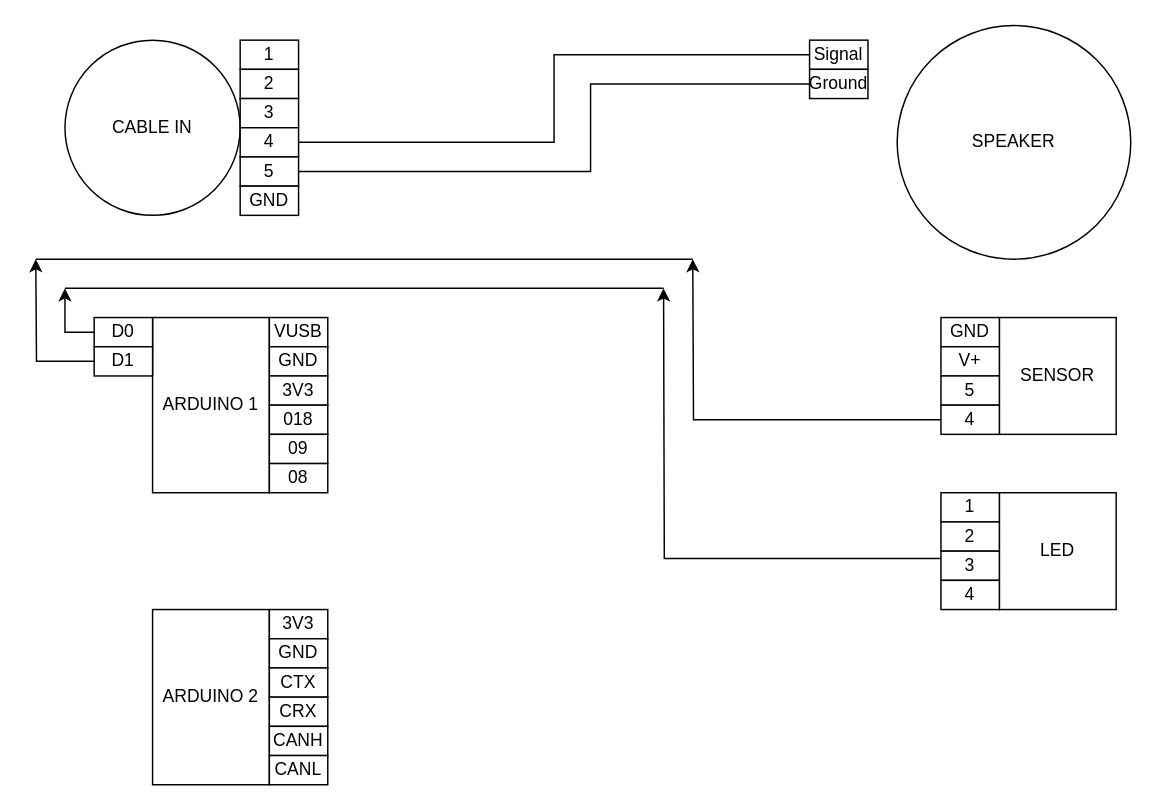
maradanovic/drawio keeps this draw.io diagram as Speaker schematics.drawio. Above is the earlier version. Source tidied: cells renumbered, new cells numbered last; positions are measured from the earlier drawing's top-left corner, leaving out a move shared by most shapes. Both pictures are drawn from the tidied source at 146%, with x=0, y=0 at pixel (35, 25).
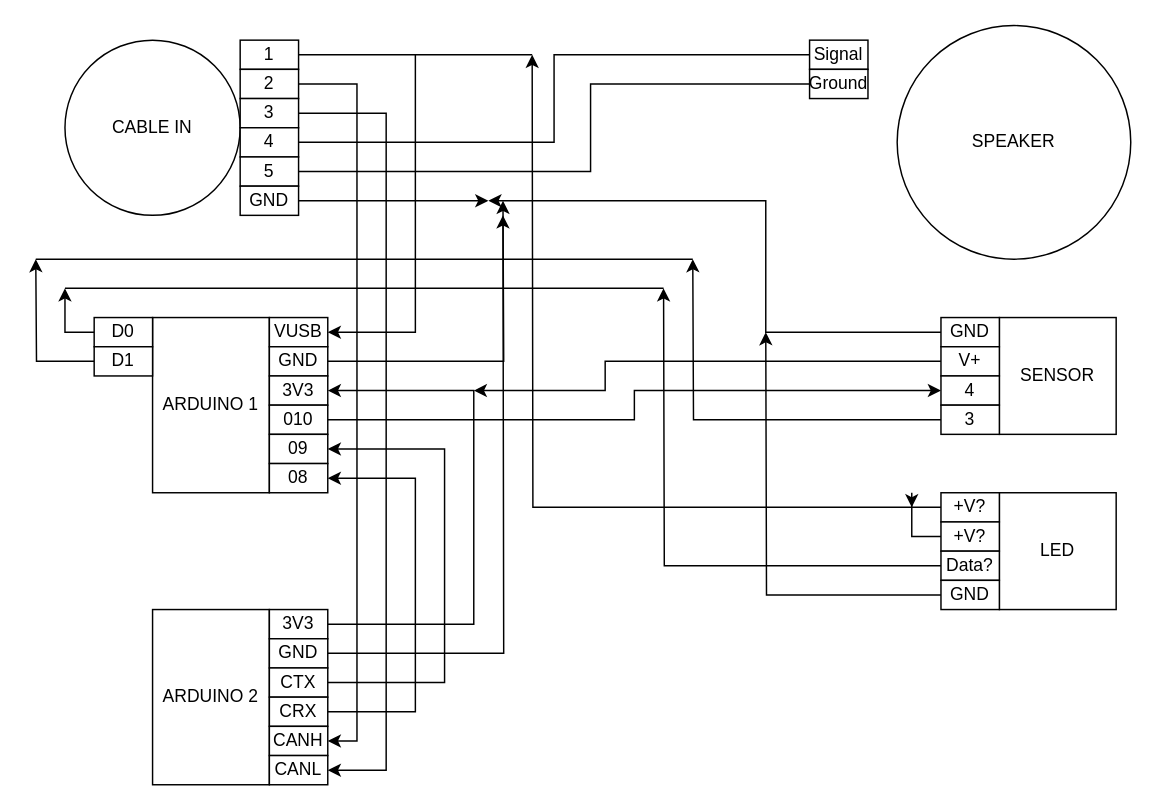
After the change.

The change refers to these unchanged cells:
```xml
<mxCell id="6" value="1" style="rounded=0;whiteSpace=wrap;html=1;" parent="1" vertex="1">
  <mxGeometry x="140" y="10" width="40" height="20" as="geometry" />
</mxCell>
<mxCell id="7" value="2" style="rounded=0;whiteSpace=wrap;html=1;" parent="1" vertex="1">
  <mxGeometry x="140" y="30" width="40" height="20" as="geometry" />
</mxCell>
<mxCell id="8" value="3" style="rounded=0;whiteSpace=wrap;html=1;" parent="1" vertex="1">
  <mxGeometry x="140" y="50" width="40" height="20" as="geometry" />
</mxCell>
<mxCell id="13" value="GND" style="rounded=0;whiteSpace=wrap;html=1;" parent="1" vertex="1">
  <mxGeometry x="140" y="110" width="40" height="20" as="geometry" />
</mxCell>
<mxCell id="22" value="GND" style="rounded=0;whiteSpace=wrap;html=1;" parent="1" vertex="1">
  <mxGeometry x="620" y="200" width="40" height="20" as="geometry" />
</mxCell>
<mxCell id="23" value="V+" style="rounded=0;whiteSpace=wrap;html=1;" parent="1" vertex="1">
  <mxGeometry x="620" y="220" width="40" height="20" as="geometry" />
</mxCell>
<mxCell id="31" value="VUSB" style="rounded=0;whiteSpace=wrap;html=1;" parent="1" vertex="1">
  <mxGeometry x="160" y="200" width="40" height="20" as="geometry" />
</mxCell>
<mxCell id="32" value="GND" style="rounded=0;whiteSpace=wrap;html=1;" parent="1" vertex="1">
  <mxGeometry x="160" y="220" width="40" height="20" as="geometry" />
</mxCell>
<mxCell id="33" value="3V3" style="rounded=0;whiteSpace=wrap;html=1;" parent="1" vertex="1">
  <mxGeometry x="160" y="240" width="40" height="20" as="geometry" />
</mxCell>
<mxCell id="35" value="09" style="rounded=0;whiteSpace=wrap;html=1;" parent="1" vertex="1">
  <mxGeometry x="160" y="280" width="40" height="20" as="geometry" />
</mxCell>
<mxCell id="36" value="08" style="rounded=0;whiteSpace=wrap;html=1;" parent="1" vertex="1">
  <mxGeometry x="160" y="300" width="40" height="20" as="geometry" />
</mxCell>
<mxCell id="38" value="3V3" style="rounded=0;whiteSpace=wrap;html=1;" parent="1" vertex="1">
  <mxGeometry x="160" y="400" width="40" height="20" as="geometry" />
</mxCell>
<mxCell id="39" value="GND" style="rounded=0;whiteSpace=wrap;html=1;" parent="1" vertex="1">
  <mxGeometry x="160" y="420" width="40" height="20" as="geometry" />
</mxCell>
<mxCell id="40" value="CTX" style="rounded=0;whiteSpace=wrap;html=1;" parent="1" vertex="1">
  <mxGeometry x="160" y="440" width="40" height="20" as="geometry" />
</mxCell>
<mxCell id="41" value="CRX" style="rounded=0;whiteSpace=wrap;html=1;" parent="1" vertex="1">
  <mxGeometry x="160" y="460" width="40" height="20" as="geometry" />
</mxCell>
<mxCell id="42" value="CANH" style="rounded=0;whiteSpace=wrap;html=1;" parent="1" vertex="1">
  <mxGeometry x="160" y="480" width="40" height="20" as="geometry" />
</mxCell>
<mxCell id="43" value="CANL" style="rounded=0;whiteSpace=wrap;html=1;" parent="1" vertex="1">
  <mxGeometry x="160" y="500" width="40" height="20" as="geometry" />
</mxCell>
```

The edit, as a diff of the source:
```diff
@@
+    <mxCell id="46" style="edgeStyle=orthogonalEdgeStyle;rounded=0;jettySize=auto;html=1;entryX=1;entryY=0.5;entryDx=0;entryDy=0;" parent="1" edge="1" source="6" target="31">
+      <mxGeometry relative="1" as="geometry">
+        <Array as="points">
+          <mxPoint x="260" y="20" />
+          <mxPoint x="260" y="210" />
+        </Array>
+      </mxGeometry>
+    </mxCell>
@@
+    <mxCell id="47" style="edgeStyle=orthogonalEdgeStyle;rounded=0;jettySize=auto;html=1;entryX=1;entryY=0.5;entryDx=0;entryDy=0;" parent="1" edge="1" source="7" target="42">
+      <mxGeometry relative="1" as="geometry">
+        <Array as="points">
+          <mxPoint x="220" y="40" />
+          <mxPoint x="220" y="490" />
+        </Array>
+      </mxGeometry>
+    </mxCell>
@@
+    <mxCell id="48" style="edgeStyle=orthogonalEdgeStyle;rounded=0;jettySize=auto;html=1;entryX=1;entryY=0.5;entryDx=0;entryDy=0;" parent="1" edge="1" source="8" target="43">
+      <mxGeometry relative="1" as="geometry">
+        <Array as="points">
+          <mxPoint x="240" y="60" />
+          <mxPoint x="240" y="510" />
+        </Array>
+      </mxGeometry>
+    </mxCell>
@@
+    <mxCell id="49" style="edgeStyle=orthogonalEdgeStyle;rounded=0;jettySize=auto;html=1;" parent="1" edge="1" source="13">
+      <mxGeometry relative="1" as="geometry">
+        <mxPoint x="310" y="120" as="targetPoint" />
+      </mxGeometry>
+    </mxCell>
@@
+    <mxCell id="50" style="edgeStyle=orthogonalEdgeStyle;rounded=0;jettySize=auto;html=1;" parent="1" edge="1" source="17">
+      <mxGeometry relative="1" as="geometry">
+        <mxPoint x="340" y="20" as="targetPoint" />
+      </mxGeometry>
+    </mxCell>
-    <mxCell id="17" value="1" style="rounded=0;whiteSpace=wrap;html=1;" parent="1" vertex="1">
+    <mxCell id="17" value="+V?" style="rounded=0;whiteSpace=wrap;html=1;" parent="1" vertex="1">
       <mxGeometry x="620" y="320" width="40" height="20" as="geometry" />
     </mxCell>
+    <mxCell id="51" style="edgeStyle=orthogonalEdgeStyle;rounded=0;jettySize=auto;html=1;" parent="1" edge="1" source="18">
+      <mxGeometry relative="1" as="geometry">
+        <mxPoint x="600" y="330" as="targetPoint" />
+      </mxGeometry>
+    </mxCell>
-    <mxCell id="18" value="2" style="rounded=0;whiteSpace=wrap;html=1;" parent="1" vertex="1">
+    <mxCell id="18" value="&lt;div&gt;+V?&lt;/div&gt;" style="rounded=0;whiteSpace=wrap;html=1;" parent="1" vertex="1">
       <mxGeometry x="620" y="340" width="40" height="20" as="geometry" />
     </mxCell>
-    <mxCell id="19" style="edgeStyle=orthogonalEdgeStyle;rounded=0;jettySize=auto;html=1;exitX=0;exitY=0.25;exitDx=0;exitDy=0;" parent="1" edge="1" source="20">
+    <mxCell id="19" style="edgeStyle=orthogonalEdgeStyle;rounded=0;jettySize=auto;html=1;exitX=0;exitY=0.5;exitDx=0;exitDy=0;" parent="1" edge="1" source="20">
       <mxGeometry relative="1" as="geometry">
         <mxPoint x="430" y="180" as="targetPoint" />
       </mxGeometry>
     </mxCell>
-    <mxCell id="20" value="3" style="rounded=0;whiteSpace=wrap;html=1;" parent="1" vertex="1">
+    <mxCell id="20" value="Data?" style="rounded=0;whiteSpace=wrap;html=1;" parent="1" vertex="1">
       <mxGeometry x="620" y="360" width="40" height="20" as="geometry" />
     </mxCell>
+    <mxCell id="52" style="edgeStyle=orthogonalEdgeStyle;rounded=0;jettySize=auto;html=1;" parent="1" edge="1" source="21">
+      <mxGeometry relative="1" as="geometry">
+        <mxPoint x="500" y="210" as="targetPoint" />
+      </mxGeometry>
+    </mxCell>
-    <mxCell id="21" value="4" style="rounded=0;whiteSpace=wrap;html=1;" parent="1" vertex="1">
+    <mxCell id="21" value="GND" style="rounded=0;whiteSpace=wrap;html=1;" parent="1" vertex="1">
       <mxGeometry x="620" y="380" width="40" height="20" as="geometry" />
     </mxCell>
+    <mxCell id="53" style="edgeStyle=orthogonalEdgeStyle;rounded=0;jettySize=auto;html=1;" parent="1" edge="1" source="22">
+      <mxGeometry relative="1" as="geometry">
+        <mxPoint x="310" y="120" as="targetPoint" />
+        <Array as="points">
+          <mxPoint x="500" y="210" />
+          <mxPoint x="500" y="120" />
+        </Array>
+      </mxGeometry>
+    </mxCell>
@@
+    <mxCell id="54" style="edgeStyle=orthogonalEdgeStyle;rounded=0;jettySize=auto;html=1;" parent="1" edge="1" source="23">
+      <mxGeometry relative="1" as="geometry">
+        <mxPoint x="300" y="250" as="targetPoint" />
+        <Array as="points">
+          <mxPoint x="390" y="230" />
+          <mxPoint x="390" y="250" />
+        </Array>
+      </mxGeometry>
+    </mxCell>
@@
-    <mxCell id="24" value="5" style="rounded=0;whiteSpace=wrap;html=1;" parent="1" vertex="1">
+    <mxCell id="24" value="4" style="rounded=0;whiteSpace=wrap;html=1;" parent="1" vertex="1">
       <mxGeometry x="620" y="240" width="40" height="20" as="geometry" />
     </mxCell>
@@
-    <mxCell id="26" value="4" style="rounded=0;whiteSpace=wrap;html=1;" parent="1" vertex="1">
+    <mxCell id="26" value="3" style="rounded=0;whiteSpace=wrap;html=1;" parent="1" vertex="1">
       <mxGeometry x="620" y="260" width="40" height="20" as="geometry" />
     </mxCell>
@@
+    <mxCell id="55" style="edgeStyle=orthogonalEdgeStyle;rounded=0;jettySize=auto;html=1;" parent="1" edge="1" source="32">
+      <mxGeometry relative="1" as="geometry">
+        <mxPoint x="320" y="120" as="targetPoint" />
+      </mxGeometry>
+    </mxCell>
@@
+    <mxCell id="56" style="edgeStyle=orthogonalEdgeStyle;rounded=0;jettySize=auto;html=1;entryX=0;entryY=0.5;entryDx=0;entryDy=0;" parent="1" edge="1" source="34" target="24">
+      <mxGeometry relative="1" as="geometry" />
+    </mxCell>
-    <mxCell id="34" value="018" style="rounded=0;whiteSpace=wrap;html=1;" parent="1" vertex="1">
+    <mxCell id="34" value="010" style="rounded=0;whiteSpace=wrap;html=1;" parent="1" vertex="1">
       <mxGeometry x="160" y="260" width="40" height="20" as="geometry" />
     </mxCell>
@@
+    <mxCell id="57" style="edgeStyle=orthogonalEdgeStyle;rounded=0;jettySize=auto;html=1;entryX=1;entryY=0.5;entryDx=0;entryDy=0;" parent="1" edge="1" source="38" target="33">
+      <mxGeometry relative="1" as="geometry">
+        <Array as="points">
+          <mxPoint x="300" y="410" />
+          <mxPoint x="300" y="250" />
+        </Array>
+      </mxGeometry>
+    </mxCell>
@@
+    <mxCell id="58" style="edgeStyle=orthogonalEdgeStyle;rounded=0;jettySize=auto;html=1;" parent="1" edge="1" source="39">
+      <mxGeometry relative="1" as="geometry">
+        <mxPoint x="320" y="130" as="targetPoint" />
+      </mxGeometry>
+    </mxCell>
@@
+    <mxCell id="59" style="edgeStyle=orthogonalEdgeStyle;rounded=0;jettySize=auto;html=1;entryX=1;entryY=0.5;entryDx=0;entryDy=0;" parent="1" edge="1" source="40" target="35">
+      <mxGeometry relative="1" as="geometry">
+        <Array as="points">
+          <mxPoint x="280" y="450" />
+          <mxPoint x="280" y="290" />
+        </Array>
+      </mxGeometry>
+    </mxCell>
@@
+    <mxCell id="60" style="edgeStyle=orthogonalEdgeStyle;rounded=0;jettySize=auto;html=1;entryX=1;entryY=0.5;entryDx=0;entryDy=0;" parent="1" edge="1" source="41" target="36">
+      <mxGeometry relative="1" as="geometry">
+        <Array as="points">
+          <mxPoint x="260" y="470" />
+          <mxPoint x="260" y="310" />
+        </Array>
+      </mxGeometry>
+    </mxCell>
@@
+    <mxCell id="61" style="endArrow=none;html=1;rounded=0;" parent="1" edge="1">
+      <mxGeometry relative="1" as="geometry">
+        <mxPoint x="260" y="20" as="sourcePoint" />
+        <mxPoint x="340" y="20" as="targetPoint" />
+      </mxGeometry>
+    </mxCell>
```
